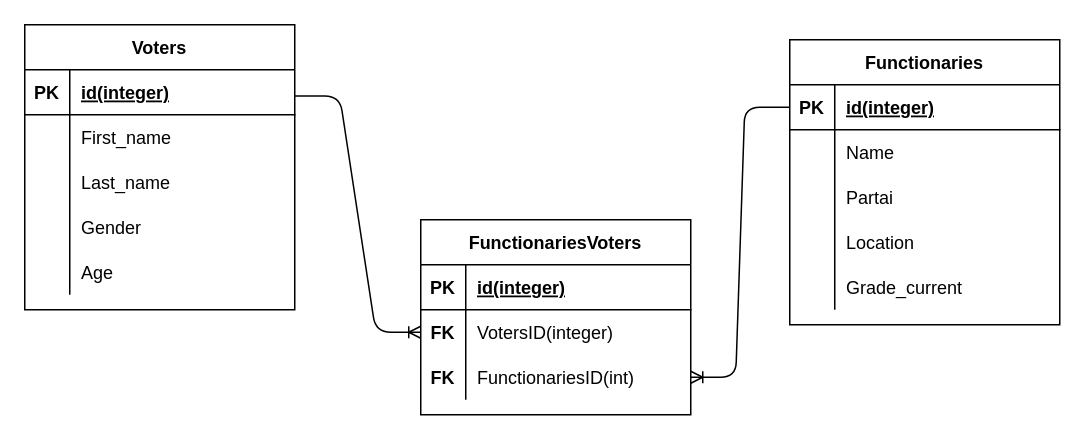
Before: live poll db.drawio in fathurk/belajar-js, a draw.io diagram. Source tidied: cells renumbered, new cells numbered last; positions are measured from the earlier drawing's top-left corner, leaving out a move shared by most shapes. Both pictures are drawn from the tidied source at 150%, with x=0, y=0 at pixel (24, 24).
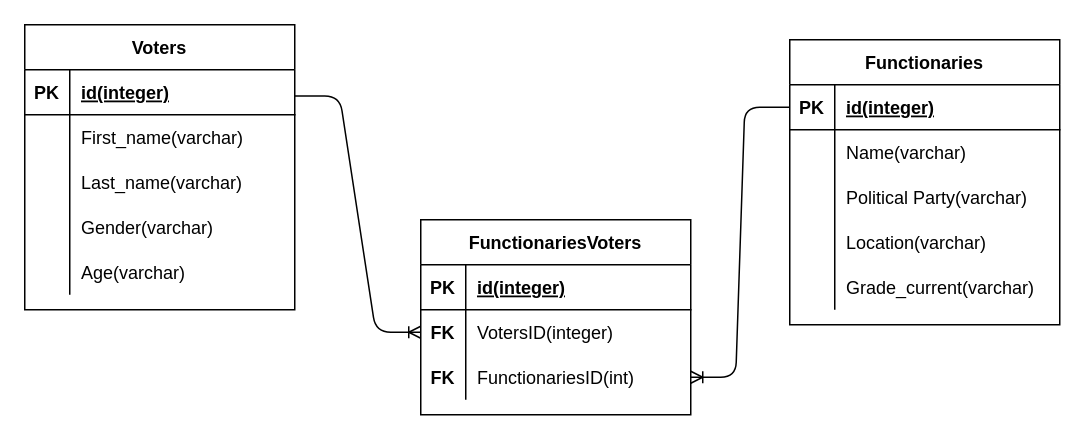
After the change.

Unchanged cells that the change refers to:
```xml
<mxCell id="6" style="shape=partialRectangle;fillColor=none;top=0;left=0;bottom=0;right=0;" parent="2" vertex="1">
  <mxGeometry y="60" width="180" height="30" as="geometry" />
</mxCell>
<mxCell id="9" style="shape=partialRectangle;fillColor=none;top=0;left=0;bottom=0;right=0;" parent="2" vertex="1">
  <mxGeometry y="90" width="180" height="30" as="geometry" />
</mxCell>
<mxCell id="12" style="shape=partialRectangle;fillColor=none;top=0;left=0;bottom=0;right=0;" parent="2" vertex="1">
  <mxGeometry y="120" width="180" height="30" as="geometry" />
</mxCell>
<mxCell id="15" style="shape=partialRectangle;fillColor=none;top=0;left=0;bottom=0;right=0;" parent="2" vertex="1">
  <mxGeometry y="150" width="180" height="30" as="geometry" />
</mxCell>
<mxCell id="22" style="shape=partialRectangle;fillColor=none;top=0;left=0;bottom=0;right=0;" parent="18" vertex="1">
  <mxGeometry y="60" width="180" height="30" as="geometry" />
</mxCell>
<mxCell id="25" style="shape=partialRectangle;fillColor=none;top=0;left=0;bottom=0;right=0;" parent="18" vertex="1">
  <mxGeometry y="90" width="180" height="30" as="geometry" />
</mxCell>
<mxCell id="28" style="shape=partialRectangle;fillColor=none;top=0;left=0;bottom=0;right=0;" parent="18" vertex="1">
  <mxGeometry y="120" width="180" height="30" as="geometry" />
</mxCell>
<mxCell id="31" style="shape=partialRectangle;fillColor=none;top=0;left=0;bottom=0;right=0;" parent="18" vertex="1">
  <mxGeometry y="150" width="180" height="30" as="geometry" />
</mxCell>
```

Change to the diagram source:
```diff
@@
-    <mxCell id="8" value="Name" style="shape=partialRectangle;fillColor=none;top=0;left=0;bottom=0;right=0;align=left;spacingLeft=6;overflow=hidden;" parent="6" vertex="1">
+    <mxCell id="8" value="Name(varchar)" style="shape=partialRectangle;fillColor=none;top=0;left=0;bottom=0;right=0;align=left;spacingLeft=6;overflow=hidden;" parent="6" vertex="1">
       <mxGeometry x="30" width="150" height="30" as="geometry" />
     </mxCell>
@@
-    <mxCell id="11" value="Partai" style="shape=partialRectangle;fillColor=none;top=0;left=0;bottom=0;right=0;align=left;spacingLeft=6;overflow=hidden;" parent="9" vertex="1">
+    <mxCell id="11" value="Political Party(varchar)" style="shape=partialRectangle;fillColor=none;top=0;left=0;bottom=0;right=0;align=left;spacingLeft=6;overflow=hidden;" parent="9" vertex="1">
       <mxGeometry x="30" width="150" height="30" as="geometry" />
     </mxCell>
@@
-    <mxCell id="14" value="Location" style="shape=partialRectangle;fillColor=none;top=0;left=0;bottom=0;right=0;align=left;spacingLeft=6;overflow=hidden;" parent="12" vertex="1">
+    <mxCell id="14" value="Location(varchar)" style="shape=partialRectangle;fillColor=none;top=0;left=0;bottom=0;right=0;align=left;spacingLeft=6;overflow=hidden;" parent="12" vertex="1">
       <mxGeometry x="30" width="150" height="30" as="geometry" />
     </mxCell>
@@
-    <mxCell id="17" value="Grade_current" style="shape=partialRectangle;fillColor=none;top=0;left=0;bottom=0;right=0;align=left;spacingLeft=6;overflow=hidden;" parent="15" vertex="1">
+    <mxCell id="17" value="Grade_current(varchar)" style="shape=partialRectangle;fillColor=none;top=0;left=0;bottom=0;right=0;align=left;spacingLeft=6;overflow=hidden;" parent="15" vertex="1">
       <mxGeometry x="30" width="150" height="30" as="geometry" />
     </mxCell>
@@
-    <mxCell id="24" value="First_name" style="shape=partialRectangle;fillColor=none;top=0;left=0;bottom=0;right=0;align=left;spacingLeft=6;overflow=hidden;" parent="22" vertex="1">
+    <mxCell id="24" value="First_name(varchar)" style="shape=partialRectangle;fillColor=none;top=0;left=0;bottom=0;right=0;align=left;spacingLeft=6;overflow=hidden;" parent="22" vertex="1">
       <mxGeometry x="30" width="150" height="30" as="geometry" />
     </mxCell>
@@
-    <mxCell id="27" value="Last_name" style="shape=partialRectangle;fillColor=none;top=0;left=0;bottom=0;right=0;align=left;spacingLeft=6;overflow=hidden;" parent="25" vertex="1">
+    <mxCell id="27" value="Last_name(varchar)" style="shape=partialRectangle;fillColor=none;top=0;left=0;bottom=0;right=0;align=left;spacingLeft=6;overflow=hidden;" parent="25" vertex="1">
       <mxGeometry x="30" width="150" height="30" as="geometry" />
     </mxCell>
@@
-    <mxCell id="30" value="Gender" style="shape=partialRectangle;fillColor=none;top=0;left=0;bottom=0;right=0;align=left;spacingLeft=6;overflow=hidden;" parent="28" vertex="1">
+    <mxCell id="30" value="Gender(varchar)" style="shape=partialRectangle;fillColor=none;top=0;left=0;bottom=0;right=0;align=left;spacingLeft=6;overflow=hidden;" parent="28" vertex="1">
       <mxGeometry x="30" width="150" height="30" as="geometry" />
     </mxCell>
@@
-    <mxCell id="33" value="Age" style="shape=partialRectangle;fillColor=none;top=0;left=0;bottom=0;right=0;align=left;spacingLeft=6;overflow=hidden;" parent="31" vertex="1">
+    <mxCell id="33" value="Age(varchar)" style="shape=partialRectangle;fillColor=none;top=0;left=0;bottom=0;right=0;align=left;spacingLeft=6;overflow=hidden;" parent="31" vertex="1">
       <mxGeometry x="30" width="150" height="30" as="geometry" />
     </mxCell>
```
